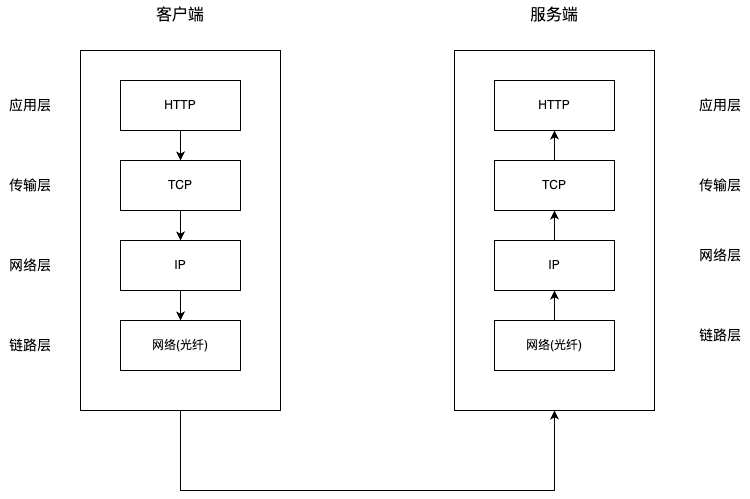
The draw.io diagram HTTP:通信传输流.drawio.png in JYbill/draw, before a commit. Source tidied: cells renumbered, new cells last; positions are measured from the earlier drawing's top-left corner, leaving out a move shared by most shapes.
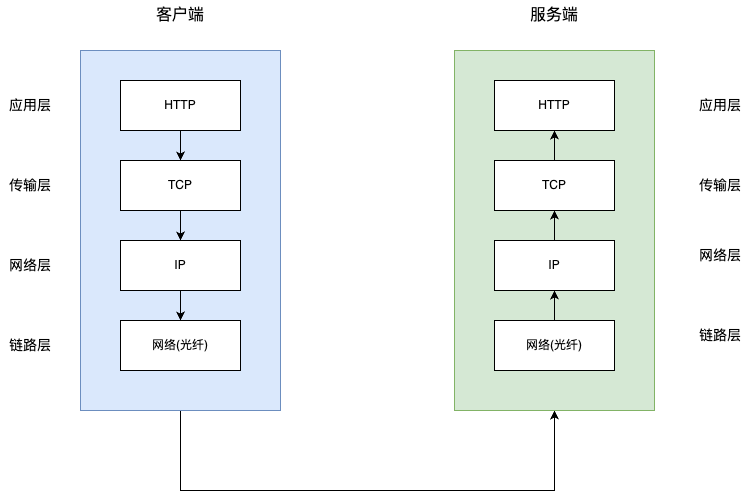
The same diagram one commit later.

Commit message:
更新HTTP:通信传输流.drawio.png

The edit, as a diff of the source:
```diff
@@ -10,7 +10,7 @@
         </Array>
       </mxGeometry>
     </mxCell>
-    <mxCell id="3" style="rounded=0;whiteSpace=wrap;html=1;" parent="1" vertex="1">
+    <mxCell id="3" style="rounded=0;whiteSpace=wrap;html=1;fillColor=#dae8fc;strokeColor=#6c8ebf;" parent="1" vertex="1">
       <mxGeometry x="80" y="50" width="200" height="360" as="geometry" />
     </mxCell>
     <mxCell id="4" style="edgeStyle=orthogonalEdgeStyle;rounded=0;jettySize=auto;html=1;exitX=0.5;exitY=1;exitDx=0;exitDy=0;" parent="1" edge="1" source="5" target="7">
@@ -49,7 +49,7 @@
     <mxCell id="15" value="链路层" style="text;html=1;strokeColor=none;fillColor=none;align=center;verticalAlign=middle;whiteSpace=wrap;rounded=0;fontSize=14;" parent="1" vertex="1">
       <mxGeometry y="330" width="60" height="30" as="geometry" />
     </mxCell>
-    <mxCell id="16" style="rounded=0;whiteSpace=wrap;html=1;" parent="1" vertex="1">
+    <mxCell id="16" style="rounded=0;whiteSpace=wrap;html=1;fillColor=#d5e8d4;strokeColor=#82b366;" parent="1" vertex="1">
       <mxGeometry x="454" y="50" width="200" height="360" as="geometry" />
     </mxCell>
     <mxCell id="17" value="HTTP" style="rounded=0;whiteSpace=wrap;html=1;" parent="1" vertex="1">
```
